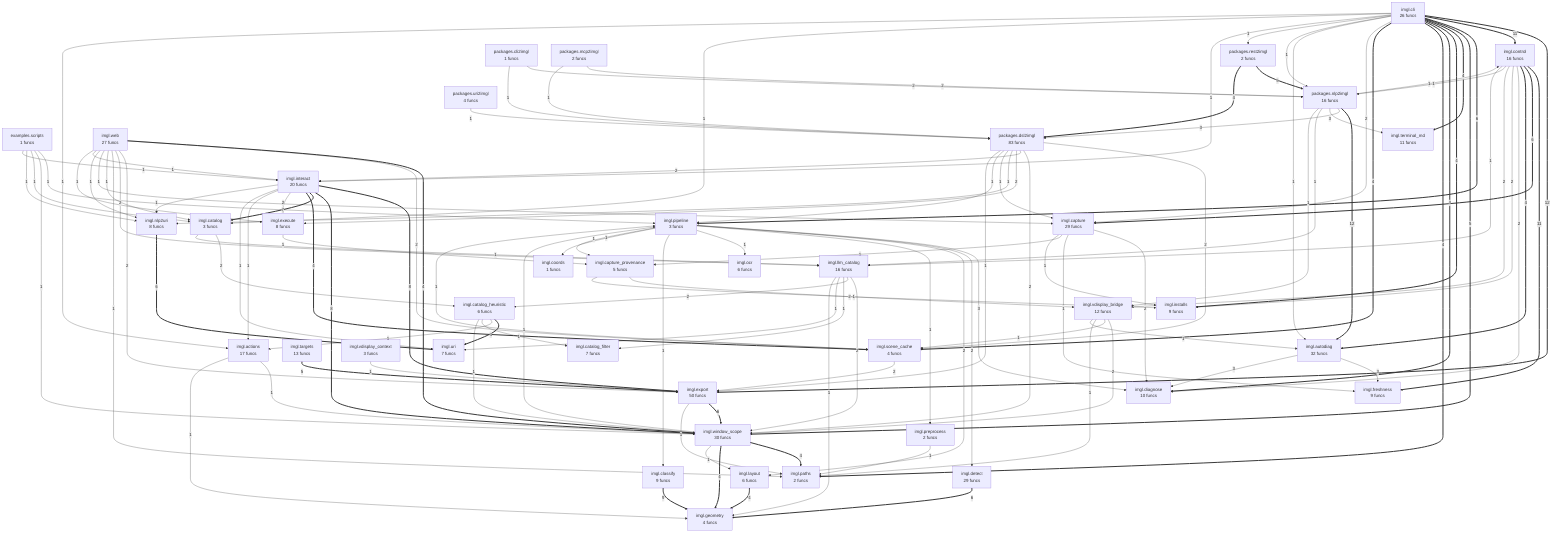
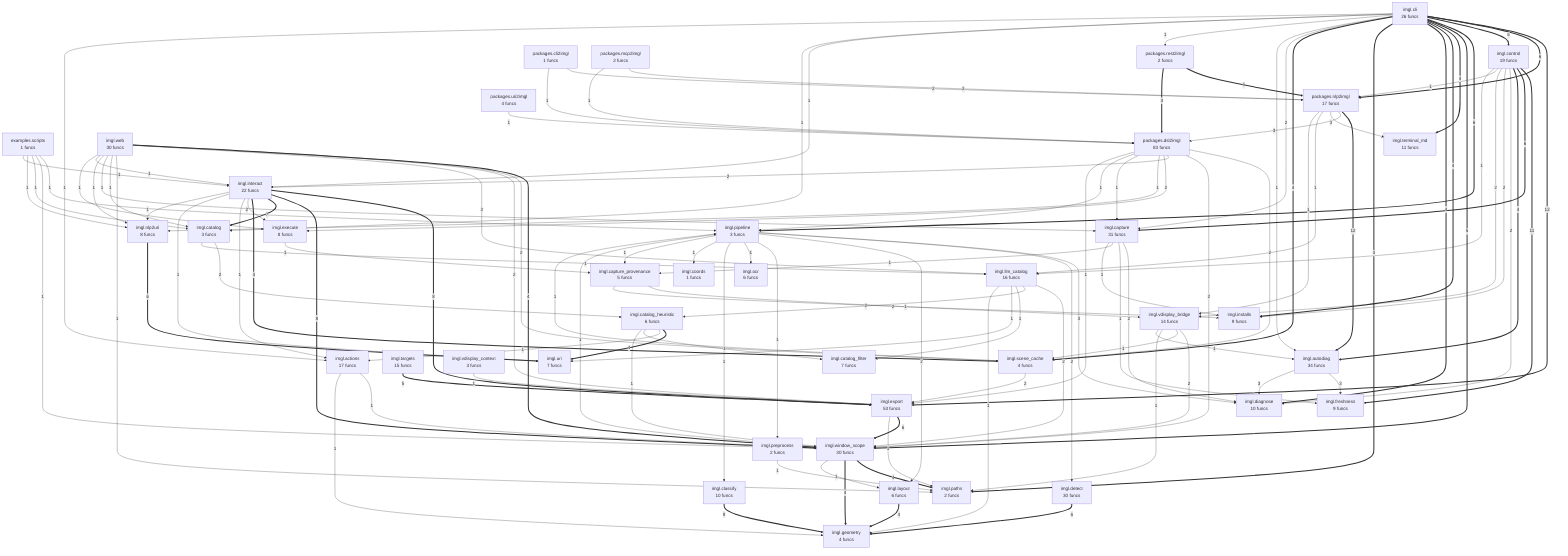
flowchart TD
%% generated in 0.03s
    examples__scripts["examples.scripts<br/>1 funcs"]
    imgl__actions["imgl.actions<br/>17 funcs"]
-     imgl__autodiag["imgl.autodiag<br/>32 funcs"]
-     imgl__capture["imgl.capture<br/>29 funcs"]
+     imgl__autodiag["imgl.autodiag<br/>34 funcs"]
+     imgl__capture["imgl.capture<br/>31 funcs"]
    imgl__capture_provenance["imgl.capture_provenance<br/>5 funcs"]
    imgl__catalog["imgl.catalog<br/>3 funcs"]
    imgl__catalog_filter["imgl.catalog_filter<br/>7 funcs"]
    imgl__catalog_heuristic["imgl.catalog_heuristic<br/>6 funcs"]
-     imgl__classify["imgl.classify<br/>9 funcs"]
+     imgl__classify["imgl.classify<br/>10 funcs"]
    imgl__cli["imgl.cli<br/>26 funcs"]
-     imgl__control["imgl.control<br/>16 funcs"]
+     imgl__control["imgl.control<br/>19 funcs"]
    imgl__coords["imgl.coords<br/>1 funcs"]
-     imgl__detect["imgl.detect<br/>29 funcs"]
+     imgl__detect["imgl.detect<br/>30 funcs"]
    imgl__diagnose["imgl.diagnose<br/>10 funcs"]
    imgl__execute["imgl.execute<br/>8 funcs"]
-     imgl__export["imgl.export<br/>50 funcs"]
+     imgl__export["imgl.export<br/>53 funcs"]
    imgl__freshness["imgl.freshness<br/>9 funcs"]
    imgl__geometry["imgl.geometry<br/>4 funcs"]
    imgl__installs["imgl.installs<br/>9 funcs"]
-     imgl__interact["imgl.interact<br/>20 funcs"]
+     imgl__interact["imgl.interact<br/>22 funcs"]
    imgl__layout["imgl.layout<br/>6 funcs"]
    imgl__llm_catalog["imgl.llm_catalog<br/>16 funcs"]
    imgl__nlp2uri["imgl.nlp2uri<br/>8 funcs"]
    imgl__ocr["imgl.ocr<br/>6 funcs"]
    imgl__paths["imgl.paths<br/>2 funcs"]
    imgl__pipeline["imgl.pipeline<br/>3 funcs"]
    imgl__preprocess["imgl.preprocess<br/>2 funcs"]
    imgl__scene_cache["imgl.scene_cache<br/>4 funcs"]
-     imgl__targets["imgl.targets<br/>13 funcs"]
+     imgl__targets["imgl.targets<br/>15 funcs"]
    imgl__terminal_md["imgl.terminal_md<br/>11 funcs"]
    imgl__uri["imgl.uri<br/>7 funcs"]
-     imgl__vdisplay_bridge["imgl.vdisplay_bridge<br/>12 funcs"]
+     imgl__vdisplay_bridge["imgl.vdisplay_bridge<br/>14 funcs"]
    imgl__vdisplay_context["imgl.vdisplay_context<br/>3 funcs"]
-     imgl__web["imgl.web<br/>27 funcs"]
+     imgl__web["imgl.web<br/>30 funcs"]
    imgl__window_scope["imgl.window_scope<br/>30 funcs"]
    packages__cli2imgl["packages.cli2imgl<br/>1 funcs"]
    packages__dsl2imgl["packages.dsl2imgl<br/>83 funcs"]
    packages__mcp2imgl["packages.mcp2imgl<br/>2 funcs"]
-     packages__nlp2imgl["packages.nlp2imgl<br/>16 funcs"]
+     packages__nlp2imgl["packages.nlp2imgl<br/>17 funcs"]
    packages__rest2imgl["packages.rest2imgl<br/>2 funcs"]
    packages__uri2imgl["packages.uri2imgl<br/>4 funcs"]
    packages__nlp2imgl ==>|12| imgl__autodiag
    imgl__cli ==>|12| imgl__export
-     imgl__cli ==>|11| imgl__control
    imgl__control ==>|11| imgl__freshness
    imgl__classify ==>|9| imgl__geometry
    imgl__interact ==>|8| imgl__export
    imgl__interact ==>|8| imgl__window_scope
    imgl__interact ==>|7| imgl__catalog
+     imgl__cli ==>|6| packages__nlp2imgl
+     imgl__cli ==>|6| imgl__control
    imgl__cli ==>|6| imgl__pipeline
-     imgl__control ==>|6| imgl__capture
+     imgl__nlp2uri ==>|6| imgl__uri
    imgl__export ==>|6| imgl__window_scope
    imgl__detect ==>|6| imgl__geometry
-     imgl__nlp2uri ==>|6| imgl__uri
+     imgl__control ==>|6| imgl__capture
    packages__rest2imgl ==>|5| packages__nlp2imgl
    imgl__cli ==>|5| imgl__window_scope
    imgl__targets ==>|5| imgl__export
    packages__rest2imgl ==>|4| packages__dsl2imgl
    imgl__cli ==>|4| imgl__terminal_md
    imgl__cli ==>|4| imgl__installs
    imgl__cli ==>|4| imgl__diagnose
    imgl__cli ==>|4| imgl__paths
    imgl__cli ==>|4| imgl__scene_cache
+     imgl__interact ==>|4| imgl__scene_cache
    imgl__layout ==>|4| imgl__geometry
-     imgl__control ==>|4| imgl__autodiag
+     imgl__window_scope ==>|4| imgl__paths
+     imgl__window_scope ==>|4| imgl__geometry
    imgl__catalog_heuristic ==>|4| imgl__uri
    imgl__web ==>|4| imgl__window_scope
-     imgl__interact ==>|4| imgl__scene_cache
-     imgl__window_scope ==>|4| imgl__paths
-     imgl__window_scope ==>|4| imgl__geometry
+     imgl__control ==>|4| imgl__autodiag
    packages__nlp2imgl -->|3| packages__dsl2imgl
    packages__nlp2imgl -->|3| imgl__terminal_md
-     imgl__pipeline -->|3| imgl__diagnose
    imgl__autodiag -->|3| imgl__freshness
    imgl__autodiag -->|3| imgl__diagnose
+     imgl__pipeline -->|3| imgl__diagnose
    packages__cli2imgl -->|2| packages__nlp2imgl
    packages__mcp2imgl -->|2| packages__nlp2imgl
    packages__dsl2imgl -->|2| imgl__scene_cache
    packages__dsl2imgl -->|2| imgl__window_scope
    packages__dsl2imgl -->|2| imgl__interact
    packages__dsl2imgl -->|2| imgl__execute
    imgl__cli -->|2| imgl__capture
    imgl__scene_cache -->|2| imgl__export
+     imgl__interact -->|2| imgl__execute
    imgl__catalog -->|2| imgl__catalog_heuristic
    imgl__llm_catalog -->|2| imgl__window_scope
    imgl__llm_catalog -->|2| imgl__catalog_heuristic
    imgl__pipeline -->|2| imgl__detect
    imgl__pipeline -->|2| imgl__layout
-     imgl__control -->|2| imgl__diagnose
-     imgl__control -->|2| imgl__installs
-     imgl__control -->|2| imgl__vdisplay_bridge
    imgl__capture_provenance -->|2| imgl__vdisplay_bridge
    imgl__vdisplay_bridge -->|2| imgl__window_scope
    imgl__web -->|2| imgl__scene_cache
    imgl__web -->|2| imgl__export
    imgl__web -->|2| imgl__llm_catalog
-     imgl__interact -->|2| imgl__execute
    imgl__capture -->|2| imgl__diagnose
+     imgl__control -->|2| imgl__diagnose
+     imgl__control -->|2| imgl__installs
+     imgl__control -->|2| imgl__vdisplay_bridge
    packages__cli2imgl -->|1| packages__dsl2imgl
    packages__uri2imgl -->|1| packages__dsl2imgl
    packages__mcp2imgl -->|1| packages__dsl2imgl
    packages__dsl2imgl -->|1| imgl__nlp2uri
    packages__dsl2imgl -->|1| imgl__capture
    packages__dsl2imgl -->|1| imgl__pipeline
    packages__dsl2imgl -->|1| imgl__export
    packages__nlp2imgl -->|1| imgl__llm_catalog
    packages__nlp2imgl -->|1| imgl__vdisplay_bridge
-     packages__nlp2imgl -->|1| imgl__control
    examples__scripts -->|1| imgl__pipeline
    examples__scripts -->|1| imgl__window_scope
    examples__scripts -->|1| imgl__catalog
    examples__scripts -->|1| imgl__nlp2uri
    examples__scripts -->|1| imgl__interact
    imgl__cli -->|1| imgl__autodiag
-     imgl__cli -->|1| packages__nlp2imgl
    imgl__cli -->|1| packages__rest2imgl
    imgl__cli -->|1| imgl__interact
    imgl__cli -->|1| imgl__catalog
    imgl__cli -->|1| imgl__actions
    imgl__scene_cache -->|1| imgl__pipeline
+     imgl__interact -->|1| imgl__actions
+     imgl__interact -->|1| imgl__uri
+     imgl__interact -->|1| imgl__nlp2uri
+     imgl__actions -->|1| imgl__window_scope
+     imgl__actions -->|1| imgl__geometry
    imgl__catalog -->|1| imgl__llm_catalog
    imgl__preprocess -->|1| imgl__paths
    imgl__llm_catalog -->|1| imgl__catalog_filter
    imgl__llm_catalog -->|1| imgl__uri
    imgl__llm_catalog -->|1| imgl__geometry
+     imgl__window_scope -->|1| imgl__pipeline
+     imgl__window_scope -->|1| imgl__layout
    imgl__vdisplay_context -->|1| imgl__export
    imgl__execute -->|1| imgl__capture_provenance
    imgl__pipeline -->|1| imgl__preprocess
    imgl__pipeline -->|1| imgl__ocr
    imgl__pipeline -->|1| imgl__classify
    imgl__pipeline -->|1| imgl__coords
    imgl__pipeline -->|1| imgl__capture_provenance
-     imgl__control -->|1| packages__nlp2imgl
-     imgl__control -->|1| imgl__llm_catalog
    imgl__capture_provenance -->|1| imgl__installs
    imgl__vdisplay_bridge -->|1| imgl__scene_cache
    imgl__vdisplay_bridge -->|1| imgl__paths
    imgl__vdisplay_bridge -->|1| imgl__autodiag
    imgl__catalog_heuristic -->|1| imgl__actions
    imgl__catalog_heuristic -->|1| imgl__catalog_filter
    imgl__catalog_heuristic -->|1| imgl__window_scope
    imgl__export -->|1| imgl__paths
    imgl__web -->|1| imgl__paths
    imgl__web -->|1| imgl__catalog
    imgl__web -->|1| imgl__capture
    imgl__web -->|1| imgl__nlp2uri
    imgl__web -->|1| imgl__interact
    imgl__web -->|1| imgl__execute
-     imgl__interact -->|1| imgl__actions
-     imgl__interact -->|1| imgl__uri
-     imgl__interact -->|1| imgl__nlp2uri
-     imgl__actions -->|1| imgl__window_scope
-     imgl__actions -->|1| imgl__geometry
    imgl__capture -->|1| imgl__freshness
    imgl__capture -->|1| imgl__capture_provenance
    imgl__capture -->|1| imgl__installs
-     imgl__window_scope -->|1| imgl__pipeline
-     imgl__window_scope -->|1| imgl__layout
+     imgl__control -->|1| packages__nlp2imgl
+     imgl__control -->|1| imgl__llm_catalog
